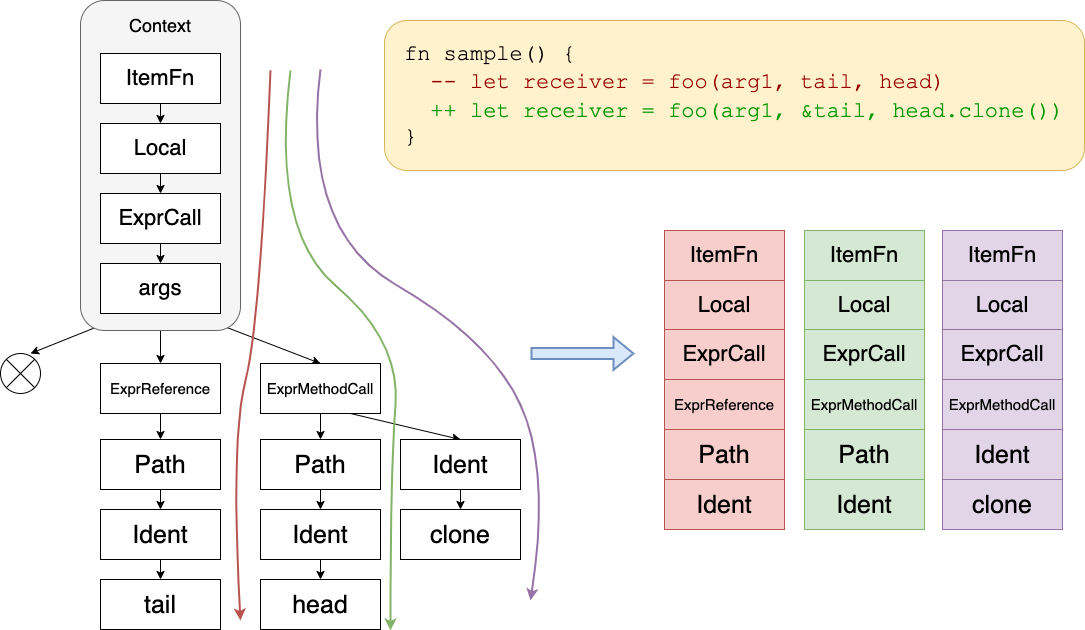
Earlier version of the draw.io export figs/extraction.png (mohrobati/RustBugPatternsPaper). Source tidied: cells renumbered, new cells last; positions are measured from the earlier drawing's top-left corner, leaving out a move shared by most shapes.
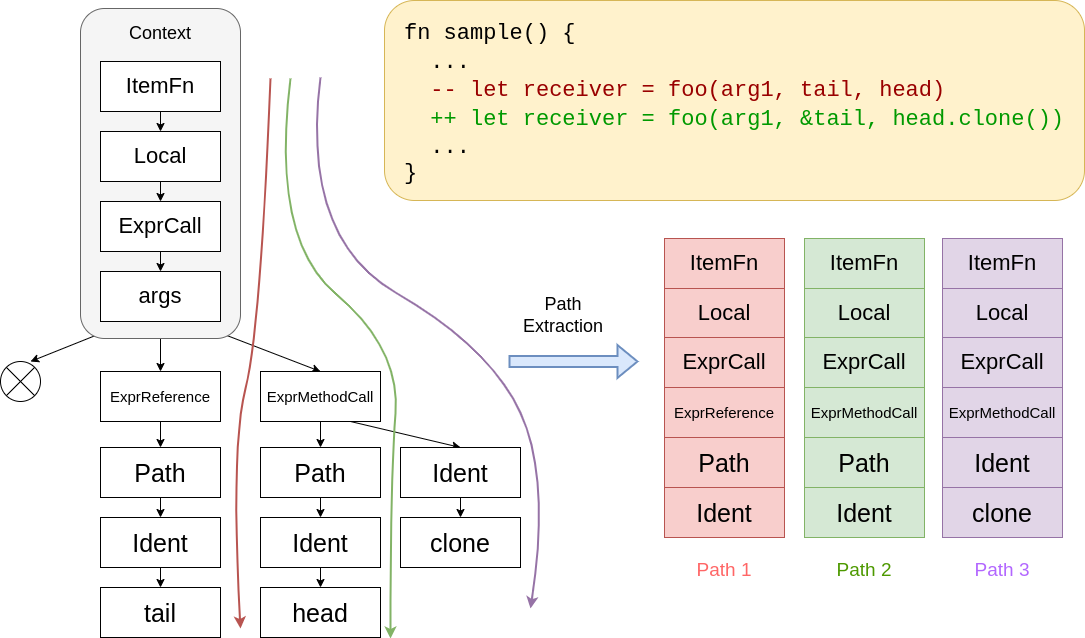
Above is the later version.

Commit message:
added essence figure, revised methodology, added introduction for results, revised tables for results, we still need to add some numbers

What changed in the source:
```diff
@@ -3,7 +3,7 @@
     <mxCell id="0" />
     <mxCell id="1" parent="0" />
     <mxCell id="2" style="rounded=1;whiteSpace=wrap;html=1;fontFamily=Courier New;fontSize=22;fillColor=#fff2cc;strokeColor=#d6b656;" parent="1" vertex="1">
-      <mxGeometry x="384" y="20" width="700" height="150" as="geometry" />
+      <mxGeometry x="384" y="-8" width="700" height="200" as="geometry" />
     </mxCell>
     <mxCell id="3" style="rounded=0;jettySize=auto;html=1;exitX=0.25;exitY=1;exitDx=0;exitDy=0;fontSize=22;" parent="1" edge="1" source="33">
       <mxGeometry relative="1" as="geometry">
@@ -22,7 +22,7 @@
     <mxCell id="7" value="&lt;font style=&quot;font-size: 15px;&quot;&gt;ExprReference&lt;/font&gt;" style="rounded=0;whiteSpace=wrap;html=1;fontSize=15;" parent="1" vertex="1">
       <mxGeometry x="100" y="363" width="120" height="50" as="geometry" />
     </mxCell>
-    <mxCell id="8" value="&lt;div style=&quot;text-align: left; font-size: 22px;&quot;&gt;&lt;span style=&quot;background-color: initial;&quot;&gt;&lt;font face=&quot;Courier New&quot; style=&quot;font-size: 22px;&quot;&gt;fn sample() {&lt;/font&gt;&lt;/span&gt;&lt;/div&gt;&lt;div style=&quot;text-align: left; font-size: 22px;&quot;&gt;&lt;span style=&quot;background-color: initial;&quot;&gt;&lt;font face=&quot;Courier New&quot; style=&quot;font-size: 22px;&quot; color=&quot;#990000&quot;&gt;&amp;nbsp; -- let receiver = foo(arg1, tail, head)&lt;/font&gt;&lt;/span&gt;&lt;/div&gt;&lt;div style=&quot;text-align: left; font-size: 22px;&quot;&gt;&lt;div style=&quot;&quot;&gt;&lt;font face=&quot;Courier New&quot; style=&quot;font-size: 22px;&quot;&gt;&lt;span style=&quot;color: rgb(0, 153, 0); background-color: initial;&quot;&gt;&amp;nbsp; ++ let receiver = foo(arg1, &amp;amp;tail, head.clone())&lt;/span&gt;&lt;br&gt;&lt;/font&gt;&lt;/div&gt;&lt;/div&gt;&lt;font face=&quot;Courier New&quot; style=&quot;font-size: 22px;&quot;&gt;&lt;div style=&quot;text-align: left;&quot;&gt;}&lt;/div&gt;&lt;/font&gt;" style="text;html=1;strokeColor=none;fillColor=none;align=center;verticalAlign=middle;whiteSpace=wrap;rounded=0;fontSize=16;" parent="1" vertex="1">
+    <mxCell id="8" value="&lt;div style=&quot;text-align: left; font-size: 22px;&quot;&gt;&lt;span style=&quot;background-color: initial;&quot;&gt;&lt;font face=&quot;Courier New&quot; style=&quot;font-size: 22px;&quot;&gt;fn sample() {&lt;/font&gt;&lt;/span&gt;&lt;/div&gt;&lt;div style=&quot;text-align: left; font-size: 22px;&quot;&gt;&lt;span style=&quot;background-color: initial;&quot;&gt;&lt;font face=&quot;Courier New&quot; style=&quot;font-size: 22px;&quot;&gt;&amp;nbsp; ...&lt;/font&gt;&lt;/span&gt;&lt;/div&gt;&lt;div style=&quot;text-align: left; font-size: 22px;&quot;&gt;&lt;span style=&quot;background-color: initial;&quot;&gt;&lt;font face=&quot;Courier New&quot; style=&quot;font-size: 22px;&quot; color=&quot;#990000&quot;&gt;&amp;nbsp; -- let receiver = foo(arg1, tail, head)&lt;/font&gt;&lt;/span&gt;&lt;/div&gt;&lt;div style=&quot;text-align: left; font-size: 22px;&quot;&gt;&lt;div style=&quot;&quot;&gt;&lt;font face=&quot;Courier New&quot; style=&quot;font-size: 22px;&quot;&gt;&lt;span style=&quot;color: rgb(0, 153, 0); background-color: initial;&quot;&gt;&amp;nbsp; ++ let receiver = foo(arg1, &amp;amp;tail, head.clone())&lt;/span&gt;&lt;br&gt;&lt;/font&gt;&lt;/div&gt;&lt;div style=&quot;&quot;&gt;&lt;font face=&quot;Courier New&quot; style=&quot;font-size: 22px;&quot;&gt;&lt;span style=&quot;background-color: initial;&quot;&gt;&amp;nbsp; ...&lt;/span&gt;&lt;/font&gt;&lt;/div&gt;&lt;/div&gt;&lt;font face=&quot;Courier New&quot; style=&quot;font-size: 22px;&quot;&gt;&lt;div style=&quot;text-align: left;&quot;&gt;}&lt;/div&gt;&lt;/font&gt;" style="text;html=1;strokeColor=none;fillColor=none;align=center;verticalAlign=middle;whiteSpace=wrap;rounded=0;fontSize=16;" parent="1" vertex="1">
       <mxGeometry x="393" y="35" width="682" height="120" as="geometry" />
     </mxCell>
     <mxCell id="9" style="edgeStyle=none;rounded=0;jettySize=auto;html=1;exitX=0.5;exitY=1;exitDx=0;exitDy=0;entryX=0.5;entryY=0;entryDx=0;entryDy=0;fontSize=25;fontColor=#009900;strokeWidth=1;" parent="1" edge="1" source="10" target="12">
@@ -137,8 +137,8 @@
     </mxCell>
     <mxCell id="38" style="shape=flexArrow;endArrow=classic;html=1;rounded=0;fontSize=28;fontColor=#000000;strokeWidth=2;fillColor=#dae8fc;strokeColor=#6c8ebf;" parent="1" edge="1">
       <mxGeometry relative="1" as="geometry">
-        <mxPoint x="530" y="353" as="sourcePoint" />
-        <mxPoint x="634" y="353" as="targetPoint" />
+        <mxPoint x="508" y="353" as="sourcePoint" />
+        <mxPoint x="638" y="353" as="targetPoint" />
       </mxGeometry>
     </mxCell>
     <mxCell id="39" value="&lt;font style=&quot;font-size: 15px;&quot;&gt;ExprReference&lt;/font&gt;" style="rounded=0;whiteSpace=wrap;html=1;fontSize=15;fillColor=#f8cecc;strokeColor=#b85450;" parent="1" vertex="1">
@@ -195,5 +195,17 @@
     <mxCell id="56" value="&lt;span style=&quot;font-size: 22px;&quot;&gt;ExprCall&lt;/span&gt;" style="rounded=0;whiteSpace=wrap;html=1;fillColor=#e1d5e7;strokeColor=#9673a6;" parent="1" vertex="1">
       <mxGeometry x="942" y="329" width="120" height="50" as="geometry" />
     </mxCell>
+    <mxCell id="57" value="&lt;font style=&quot;font-size: 18px;&quot;&gt;Path Extraction&lt;/font&gt;" style="text;html=1;strokeColor=none;fillColor=none;align=center;verticalAlign=middle;whiteSpace=wrap;rounded=0;fontColor=#000000;" parent="1" vertex="1">
+      <mxGeometry x="516" y="282" width="94" height="50" as="geometry" />
+    </mxCell>
+    <mxCell id="58" value="&lt;font color=&quot;#ff6666&quot; style=&quot;font-size: 19px;&quot;&gt;Path 1&lt;/font&gt;" style="text;html=1;strokeColor=none;fillColor=none;align=center;verticalAlign=middle;whiteSpace=wrap;rounded=0;fontColor=#000000;" parent="1" vertex="1">
+      <mxGeometry x="664" y="537" width="120" height="50" as="geometry" />
+    </mxCell>
+    <mxCell id="59" value="&lt;font color=&quot;#4d9900&quot; style=&quot;font-size: 19px;&quot;&gt;Path 2&lt;/font&gt;" style="text;html=1;strokeColor=none;fillColor=none;align=center;verticalAlign=middle;whiteSpace=wrap;rounded=0;fontColor=#000000;" parent="1" vertex="1">
+      <mxGeometry x="804" y="537" width="120" height="50" as="geometry" />
+    </mxCell>
+    <mxCell id="60" value="&lt;font color=&quot;#b266ff&quot; style=&quot;font-size: 19px;&quot;&gt;Path 3&lt;/font&gt;" style="text;html=1;strokeColor=none;fillColor=none;align=center;verticalAlign=middle;whiteSpace=wrap;rounded=0;fontColor=#000000;" parent="1" vertex="1">
+      <mxGeometry x="942" y="537" width="120" height="50" as="geometry" />
+    </mxCell>
   </root>
 </mxGraphModel>
```
